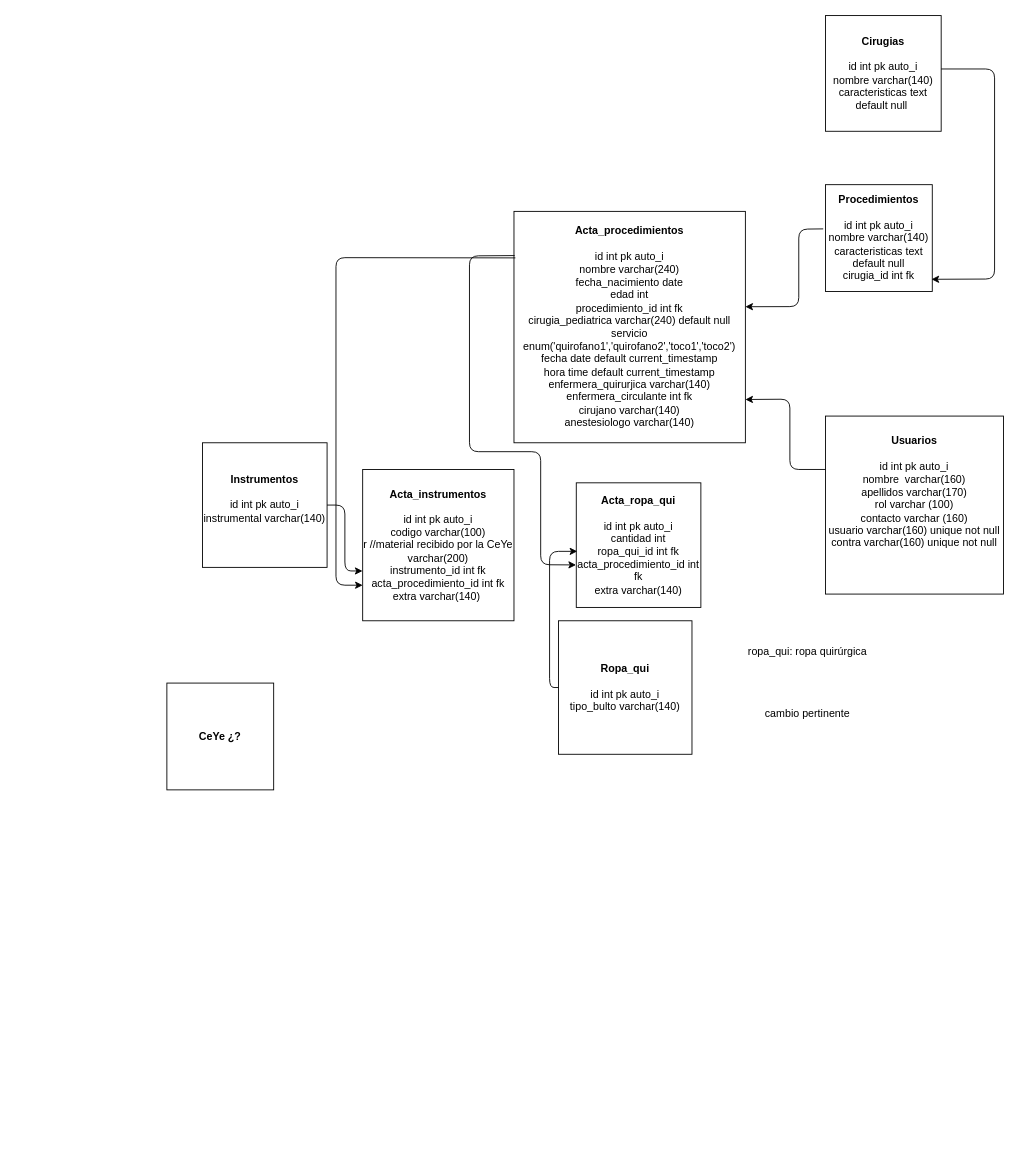
Earlier version of the draw.io diagram zDataBase/diagrama.drawio (jorgerod1/control_hospital). Source tidied: cells renumbered, new cells numbered last; positions are measured from the earlier drawing's top-left corner, leaving out a move shared by most shapes. Both pictures are drawn from the tidied source at 89%, with x=0, y=0 at pixel (166, 15).
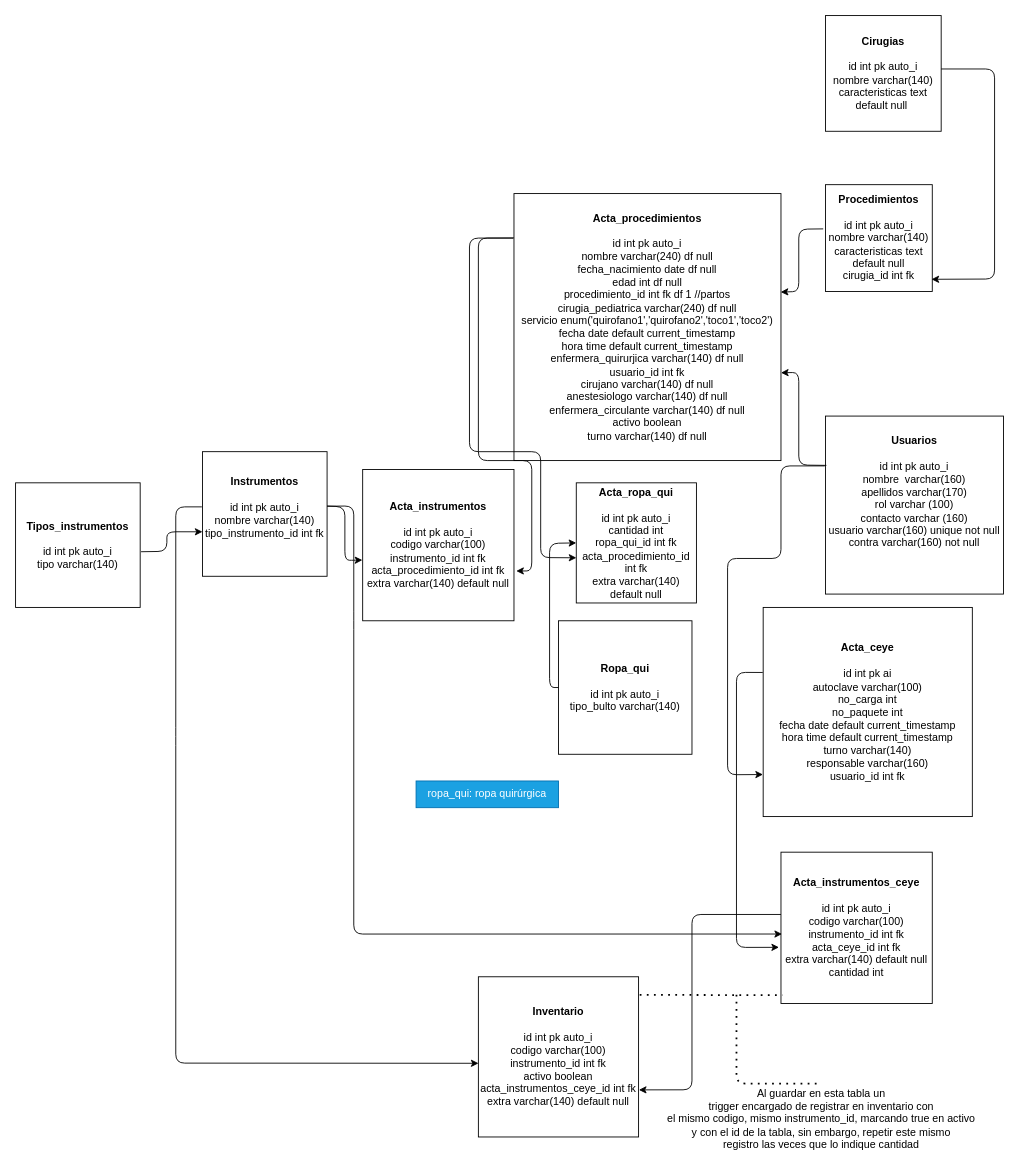
The same page after the edit.

Commit message (it also covers changes not shown here):
diagrama e-r, codgio sql y triggers terminado

Unchanged cells that the change refers to:
```xml
<mxCell id="2" value="&lt;b&gt;Procedimientos&lt;br&gt;&lt;br&gt;&lt;/b&gt;id int pk auto_i&lt;br&gt;nombre varchar(140)&lt;br&gt;caracteristicas text default null&lt;br&gt;cirugia_id int fk" style="whiteSpace=wrap;html=1;" parent="1" vertex="1">
  <mxGeometry x="740" y="190" width="120" height="120" as="geometry" />
</mxCell>
<mxCell id="5" value="&lt;b&gt;Ropa_qui&lt;br&gt;&lt;br&gt;&lt;/b&gt;id int pk auto_i&lt;br&gt;tipo_bulto varchar(140)" style="whiteSpace=wrap;html=1;" parent="1" vertex="1">
  <mxGeometry x="440" y="680" width="150" height="150" as="geometry" />
</mxCell>
```

Diff of the diagram source:
```diff
@@
-    <mxCell id="4" value="&lt;b&gt;Acta_procedimientos&lt;/b&gt;&lt;br&gt;&lt;br&gt;id int pk auto_i&lt;br&gt;nombre varchar(240)&lt;br&gt;fecha_nacimiento date&lt;br&gt;edad int&lt;br&gt;procedimiento_id int fk&lt;br&gt;cirugia_pediatrica varchar(240) default null&lt;br&gt;servicio enum('quirofano1','quirofano2','toco1','toco2')&lt;br&gt;fecha date default current_timestamp&lt;br&gt;hora time default current_timestamp&lt;br&gt;enfermera_quirurjica varchar(140)&lt;br&gt;enfermera_circulante int fk&lt;br&gt;cirujano varchar(140)&lt;br&gt;anestesiologo varchar(140)&lt;br&gt;" style="whiteSpace=wrap;html=1;" parent="1" vertex="1">
-      <mxGeometry x="390" y="220" width="260" height="260" as="geometry" />
+    <mxCell id="4" value="&lt;b&gt;Acta_procedimientos&lt;/b&gt;&lt;br&gt;&lt;br&gt;id int pk auto_i&lt;br&gt;nombre varchar(240) df null&lt;br&gt;fecha_nacimiento date df null&lt;br&gt;edad int df null&lt;br&gt;procedimiento_id int fk df 1 //partos&lt;br&gt;cirugia_pediatrica varchar(240) df null&lt;br&gt;servicio enum('quirofano1','quirofano2','toco1','toco2')&lt;br&gt;fecha date default current_timestamp&lt;br&gt;hora time default current_timestamp&lt;br&gt;enfermera_quirurjica varchar(140) df null&lt;br&gt;usuario_id int fk&lt;br&gt;cirujano varchar(140) df null&lt;br&gt;anestesiologo varchar(140) df null&lt;br&gt;enfermera_circulante varchar(140) df null&lt;br&gt;activo boolean&lt;br&gt;turno varchar(140) df null" style="whiteSpace=wrap;html=1;" parent="1" vertex="1">
+      <mxGeometry x="390" y="200" width="300" height="300" as="geometry" />
     </mxCell>
@@
-    <mxCell id="6" value="&lt;b&gt;Instrumentos&lt;br&gt;&lt;br&gt;&lt;/b&gt;id int pk auto_i&lt;br&gt;instrumental varchar(140)&lt;br&gt;&lt;b&gt;&lt;br&gt;&lt;/b&gt;" style="whiteSpace=wrap;html=1;" parent="1" vertex="1">
-      <mxGeometry x="40" y="480" width="140" height="140" as="geometry" />
+    <mxCell id="6" value="&lt;b&gt;Tipos_instrumentos&lt;br&gt;&lt;br&gt;&lt;/b&gt;id int pk auto_i&lt;br&gt;tipo varchar(140)&lt;br&gt;" style="whiteSpace=wrap;html=1;" parent="1" vertex="1">
+      <mxGeometry x="-170" y="525" width="140" height="140" as="geometry" />
     </mxCell>
-    <mxCell id="7" value="&lt;b&gt;Usuarios&lt;/b&gt;&lt;b&gt;&lt;br&gt;&lt;br&gt;&lt;/b&gt;id int pk auto_i&lt;br&gt;nombre&amp;nbsp; varchar(160)&lt;br&gt;apellidos varchar(170)&lt;br&gt;rol varchar (100)&lt;br&gt;contacto varchar (160)&lt;br&gt;usuario varchar(160) unique not null&lt;br&gt;contra varchar(160) unique not null&lt;br&gt;&amp;nbsp;&lt;br&gt;&lt;b&gt;&lt;br&gt;&lt;/b&gt;" style="whiteSpace=wrap;html=1;" parent="1" vertex="1">
+    <mxCell id="7" value="&lt;b&gt;Usuarios&lt;/b&gt;&lt;b&gt;&lt;br&gt;&lt;br&gt;&lt;/b&gt;id int pk auto_i&lt;br&gt;nombre&amp;nbsp; varchar(160)&lt;br&gt;apellidos varchar(170)&lt;br&gt;rol varchar (100)&lt;br&gt;contacto varchar (160)&lt;br&gt;usuario varchar(160) unique not null&lt;br&gt;contra varchar(160) not null&lt;br&gt;&amp;nbsp;&lt;br&gt;&lt;b&gt;&lt;br&gt;&lt;/b&gt;" style="whiteSpace=wrap;html=1;" parent="1" vertex="1">
       <mxGeometry x="740" y="450" width="200" height="200" as="geometry" />
     </mxCell>
-    <mxCell id="8" value="&lt;b&gt;CeYe ¿?&lt;/b&gt;" style="whiteSpace=wrap;html=1;" parent="1" vertex="1">
-      <mxGeometry y="750" width="120" height="120" as="geometry" />
+    <mxCell id="8" value="&lt;b&gt;Acta_ceye&lt;/b&gt;&lt;br&gt;&lt;br&gt;id int pk ai&lt;br&gt;autoclave varchar(100)&lt;br&gt;no_carga int&lt;br&gt;no_paquete int&lt;br&gt;fecha date default current_timestamp&lt;br&gt;hora time default current_timestamp&lt;br&gt;turno varchar(140)&lt;br&gt;responsable varchar(160)&lt;br&gt;usuario_id int fk" style="whiteSpace=wrap;html=1;" parent="1" vertex="1">
+      <mxGeometry x="670" y="665" width="235" height="235" as="geometry" />
     </mxCell>
-    <mxCell id="9" value="&lt;b&gt;Acta_instrumentos&lt;br&gt;&lt;br&gt;&lt;/b&gt;id int pk auto_i&lt;br&gt;codigo varchar(100)&lt;br&gt;r //material recibido por la CeYe varchar(200)&lt;br&gt;instrumento_id int fk&lt;br&gt;acta_procedimiento_id int fk&lt;br&gt;extra varchar(140)&amp;nbsp;" style="whiteSpace=wrap;html=1;" parent="1" vertex="1">
+    <mxCell id="9" value="&lt;b&gt;Acta_instrumentos&lt;br&gt;&lt;br&gt;&lt;/b&gt;id int pk auto_i&lt;br&gt;codigo varchar(100)&lt;br&gt;instrumento_id int fk&lt;br&gt;acta_procedimiento_id int fk&lt;br&gt;extra varchar(140) default null" style="whiteSpace=wrap;html=1;" parent="1" vertex="1">
       <mxGeometry x="220" y="510" width="170" height="170" as="geometry" />
     </mxCell>
-    <mxCell id="10" value="&lt;b&gt;Acta_ropa_qui&lt;/b&gt;&lt;br&gt;&lt;br&gt;id int pk auto_i&lt;br&gt;cantidad int&lt;br&gt;ropa_qui_id int fk&lt;br&gt;acta_procedimiento_id int fk&lt;br&gt;extra varchar(140)" style="whiteSpace=wrap;html=1;" parent="1" vertex="1">
-      <mxGeometry x="460" y="525" width="140" height="140" as="geometry" />
+    <mxCell id="10" value="&lt;b&gt;Acta_ropa_qui&lt;/b&gt;&lt;br&gt;&lt;br&gt;id int pk auto_i&lt;br&gt;cantidad int&lt;br&gt;ropa_qui_id int fk&lt;br&gt;acta_procedimiento_id int fk&lt;br&gt;extra varchar(140) default null" style="whiteSpace=wrap;html=1;" parent="1" vertex="1">
+      <mxGeometry x="460" y="525" width="135" height="135" as="geometry" />
     </mxCell>
@@
-    <mxCell id="12" style="endArrow=classic;html=1;entryX=1;entryY=0.412;entryDx=0;entryDy=0;entryPerimeter=0;exitX=-0.021;exitY=0.414;exitDx=0;exitDy=0;exitPerimeter=0;" parent="1" edge="1" source="2" target="4">
+    <mxCell id="12" style="endArrow=classic;html=1;exitX=-0.021;exitY=0.414;exitDx=0;exitDy=0;exitPerimeter=0;entryX=0.999;entryY=0.369;entryDx=0;entryDy=0;entryPerimeter=0;" parent="1" edge="1" source="2" target="4">
       <mxGeometry relative="1" as="geometry">
         <Array as="points">
           <mxPoint x="710" y="240" />
-          <mxPoint x="710" y="327" />
+          <mxPoint x="710" y="310" />
         </Array>
       </mxGeometry>
     </mxCell>
-    <mxCell id="13" style="endArrow=classic;html=1;entryX=1;entryY=0.813;entryDx=0;entryDy=0;entryPerimeter=0;" parent="1" edge="1" target="4">
+    <mxCell id="13" style="endArrow=classic;html=1;exitX=0.005;exitY=0.277;exitDx=0;exitDy=0;exitPerimeter=0;entryX=1;entryY=0.671;entryDx=0;entryDy=0;entryPerimeter=0;" parent="1" edge="1" source="7" target="4">
       <mxGeometry relative="1" as="geometry">
-        <mxPoint x="740" y="510" as="sourcePoint" />
         <Array as="points">
-          <mxPoint x="700" y="510" />
-          <mxPoint x="700" y="431" />
+          <mxPoint x="710" y="505" />
+          <mxPoint x="710" y="401" />
         </Array>
       </mxGeometry>
     </mxCell>
-    <mxCell id="14" style="endArrow=classic;html=1;exitX=0.006;exitY=0.201;exitDx=0;exitDy=0;exitPerimeter=0;entryX=0;entryY=0.765;entryDx=0;entryDy=0;entryPerimeter=0;" parent="1" edge="1" source="4" target="9">
+    <mxCell id="14" style="endArrow=classic;html=1;exitX=0;exitY=0.166;exitDx=0;exitDy=0;exitPerimeter=0;entryX=1.015;entryY=0.671;entryDx=0;entryDy=0;entryPerimeter=0;" parent="1" edge="1" source="4" target="9">
       <mxGeometry relative="1" as="geometry">
         <Array as="points">
-          <mxPoint x="190" y="272" />
-          <mxPoint x="190" y="640" />
+          <mxPoint x="350" y="250" />
+          <mxPoint x="350" y="500" />
+          <mxPoint x="410" y="500" />
+          <mxPoint x="410" y="624" />
         </Array>
       </mxGeometry>
     </mxCell>
-    <mxCell id="15" style="endArrow=classic;html=1;exitX=0.003;exitY=0.191;exitDx=0;exitDy=0;exitPerimeter=0;entryX=-0.002;entryY=0.659;entryDx=0;entryDy=0;entryPerimeter=0;" parent="1" edge="1" source="4" target="10">
+    <mxCell id="15" style="endArrow=classic;html=1;exitX=-0.003;exitY=0.167;exitDx=0;exitDy=0;exitPerimeter=0;entryX=0.001;entryY=0.624;entryDx=0;entryDy=0;entryPerimeter=0;" parent="1" edge="1" source="4" target="10">
       <mxGeometry relative="1" as="geometry">
         <Array as="points">
-          <mxPoint x="340" y="270" />
+          <mxPoint x="340" y="250" />
           <mxPoint x="340" y="490" />
           <mxPoint x="420" y="490" />
-          <mxPoint x="420" y="617" />
+          <mxPoint x="420" y="609" />
         </Array>
       </mxGeometry>
     </mxCell>
-    <mxCell id="16" style="endArrow=classic;html=1;exitX=1;exitY=0.5;exitDx=0;exitDy=0;entryX=-0.001;entryY=0.671;entryDx=0;entryDy=0;entryPerimeter=0;" parent="1" edge="1" source="6" target="9">
+    <mxCell id="16" style="endArrow=classic;html=1;entryX=-0.002;entryY=0.599;entryDx=0;entryDy=0;entryPerimeter=0;exitX=0.996;exitY=0.436;exitDx=0;exitDy=0;exitPerimeter=0;" parent="1" edge="1" source="23" target="9">
       <mxGeometry relative="1" as="geometry">
         <Array as="points">
-          <mxPoint x="200" y="550" />
-          <mxPoint x="200" y="624" />
+          <mxPoint x="200" y="552" />
+          <mxPoint x="200" y="612" />
+          <mxPoint x="210" y="612" />
         </Array>
       </mxGeometry>
     </mxCell>
-    <mxCell id="17" style="endArrow=classic;html=1;exitX=0;exitY=0.5;exitDx=0;exitDy=0;entryX=0.008;entryY=0.55;entryDx=0;entryDy=0;entryPerimeter=0;" parent="1" edge="1" source="5" target="10">
+    <mxCell id="17" style="endArrow=classic;html=1;exitX=0;exitY=0.5;exitDx=0;exitDy=0;entryX=0;entryY=0.5;entryDx=0;entryDy=0;" parent="1" edge="1" source="5" target="10">
       <mxGeometry relative="1" as="geometry">
         <Array as="points">
           <mxPoint x="430" y="755" />
-          <mxPoint x="430" y="602" />
+          <mxPoint x="430" y="593" />
         </Array>
       </mxGeometry>
     </mxCell>
-    <mxCell id="18" value="ropa_qui: ropa quirúrgica" style="text;html=1;strokeColor=none;fillColor=none;align=center;verticalAlign=middle;whiteSpace=wrap;rounded=0;" parent="1" vertex="1">
-      <mxGeometry x="640" y="700" width="160" height="30" as="geometry" />
+    <mxCell id="18" value="ropa_qui: ropa quirúrgica" style="text;html=1;strokeColor=#006EAF;fillColor=#1ba1e2;align=center;verticalAlign=middle;whiteSpace=wrap;rounded=0;fontColor=#ffffff;" parent="1" vertex="1">
+      <mxGeometry x="280" y="860" width="160" height="30" as="geometry" />
     </mxCell>
-    <mxCell id="19" value="cambio pertinente" style="text;html=1;strokeColor=none;fillColor=none;align=center;verticalAlign=middle;whiteSpace=wrap;rounded=0;" parent="1" vertex="1">
-      <mxGeometry x="640" y="770" width="160" height="30" as="geometry" />
+    <mxCell id="19" style="endArrow=classic;html=1;exitX=-0.004;exitY=0.28;exitDx=0;exitDy=0;exitPerimeter=0;entryX=-0.001;entryY=0.799;entryDx=0;entryDy=0;entryPerimeter=0;" parent="1" edge="1" source="7" target="8">
+      <mxGeometry relative="1" as="geometry">
+        <Array as="points">
+          <mxPoint x="690" y="506" />
+          <mxPoint x="690" y="610" />
+          <mxPoint x="630" y="610" />
+          <mxPoint x="630" y="853" />
+        </Array>
+      </mxGeometry>
     </mxCell>
+    <mxCell id="20" value="&lt;b&gt;Acta_instrumentos_ceye&lt;br&gt;&lt;br&gt;&lt;/b&gt;id int pk auto_i&lt;br&gt;codigo varchar(100)&lt;br&gt;instrumento_id int fk&lt;br&gt;acta_ceye_id int fk&lt;br&gt;extra varchar(140) default null&lt;br&gt;cantidad int" style="whiteSpace=wrap;html=1;" parent="1" vertex="1">
+      <mxGeometry x="690" y="940" width="170" height="170" as="geometry" />
+    </mxCell>
+    <mxCell id="21" style="endArrow=classic;html=1;entryX=0.007;entryY=0.541;entryDx=0;entryDy=0;entryPerimeter=0;exitX=0.993;exitY=0.438;exitDx=0;exitDy=0;exitPerimeter=0;" parent="1" edge="1" source="23" target="20">
+      <mxGeometry relative="1" as="geometry">
+        <Array as="points">
+          <mxPoint x="210" y="551" />
+          <mxPoint x="210" y="680" />
+          <mxPoint x="210" y="1032" />
+        </Array>
+      </mxGeometry>
+    </mxCell>
+    <mxCell id="22" style="endArrow=classic;html=1;exitX=-0.002;exitY=0.311;exitDx=0;exitDy=0;exitPerimeter=0;entryX=-0.013;entryY=0.629;entryDx=0;entryDy=0;entryPerimeter=0;" parent="1" edge="1" source="8" target="20">
+      <mxGeometry relative="1" as="geometry">
+        <Array as="points">
+          <mxPoint x="640" y="738" />
+          <mxPoint x="640" y="1047" />
+        </Array>
+      </mxGeometry>
+    </mxCell>
+    <mxCell id="23" value="&lt;b&gt;Instrumentos&lt;br&gt;&lt;br&gt;&lt;/b&gt;id int pk auto_i&lt;br&gt;nombre varchar(140)&lt;br&gt;tipo_instrumento_id int fk&lt;br&gt;&lt;b&gt;&lt;br&gt;&lt;/b&gt;" style="whiteSpace=wrap;html=1;" parent="1" vertex="1">
+      <mxGeometry x="40" y="490" width="140" height="140" as="geometry" />
+    </mxCell>
+    <mxCell id="24" style="endArrow=classic;html=1;exitX=1.007;exitY=0.553;exitDx=0;exitDy=0;exitPerimeter=0;entryX=0;entryY=0.643;entryDx=0;entryDy=0;entryPerimeter=0;" parent="1" edge="1" source="6" target="23">
+      <mxGeometry relative="1" as="geometry">
+        <Array as="points">
+          <mxPoint y="602" />
+          <mxPoint y="580" />
+        </Array>
+      </mxGeometry>
+    </mxCell>
+    <mxCell id="25" value="&lt;b&gt;Inventario&lt;br&gt;&lt;br&gt;&lt;/b&gt;id int pk auto_i&lt;br&gt;codigo varchar(100)&lt;br&gt;instrumento_id int fk&lt;br&gt;activo boolean&lt;br&gt;acta_instrumentos_ceye_id int fk&lt;br&gt;extra varchar(140) default null" style="whiteSpace=wrap;html=1;" parent="1" vertex="1">
+      <mxGeometry x="350" y="1080" width="180" height="180" as="geometry" />
+    </mxCell>
+    <mxCell id="26" style="endArrow=classic;html=1;entryX=1.002;entryY=0.706;entryDx=0;entryDy=0;entryPerimeter=0;" parent="1" edge="1" target="25">
+      <mxGeometry relative="1" as="geometry">
+        <mxPoint x="690" y="1010" as="sourcePoint" />
+        <Array as="points">
+          <mxPoint x="590" y="1010" />
+          <mxPoint x="590" y="1207" />
+        </Array>
+      </mxGeometry>
+    </mxCell>
+    <mxCell id="27" style="endArrow=classic;html=1;exitX=-0.005;exitY=0.443;exitDx=0;exitDy=0;exitPerimeter=0;entryX=0.001;entryY=0.54;entryDx=0;entryDy=0;entryPerimeter=0;" parent="1" edge="1" source="23" target="25">
+      <mxGeometry relative="1" as="geometry">
+        <Array as="points">
+          <mxPoint x="10" y="552" />
+          <mxPoint x="10" y="810" />
+          <mxPoint x="10" y="1177" />
+        </Array>
+      </mxGeometry>
+    </mxCell>
+    <mxCell id="28" style="endArrow=none;dashed=1;html=1;dashPattern=1 3;strokeWidth=2;exitX=1.007;exitY=0.113;exitDx=0;exitDy=0;exitPerimeter=0;entryX=0.009;entryY=0.945;entryDx=0;entryDy=0;entryPerimeter=0;" parent="1" edge="1" source="25" target="20">
+      <mxGeometry relative="1" as="geometry" />
+    </mxCell>
+    <mxCell id="29" style="endArrow=none;dashed=1;html=1;dashPattern=1 3;strokeWidth=2;" parent="1" edge="1">
+      <mxGeometry relative="1" as="geometry">
+        <mxPoint x="730" y="1200" as="sourcePoint" />
+        <mxPoint x="640" y="1100" as="targetPoint" />
+        <Array as="points">
+          <mxPoint x="640" y="1200" />
+        </Array>
+      </mxGeometry>
+    </mxCell>
+    <mxCell id="30" value="Al guardar en esta tabla un&lt;br&gt;trigger encargado de registrar en inventario con&lt;br&gt;el mismo codigo, mismo instrumento_id, marcando true en activo&lt;br&gt;y con el id de la tabla, sin embargo, repetir este mismo&lt;br&gt;registro las veces que lo indique cantidad" style="text;html=1;align=center;verticalAlign=middle;strokeColor=none;fillColor=none;" parent="1" vertex="1">
+      <mxGeometry x="555" y="1200" width="360" height="80" as="geometry" />
+    </mxCell>
```
